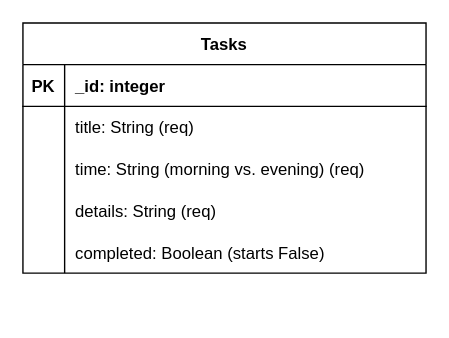
Above: ERD.drawio in emilyjryan/regulate-app (draw.io), before the change. Source tidied: cells renumbered, new cells numbered last; positions are measured from the earlier drawing's top-left corner, leaving out a move shared by most shapes. Both pictures are drawn from the tidied source at 139%, with x=0, y=0 at pixel (22, 22).
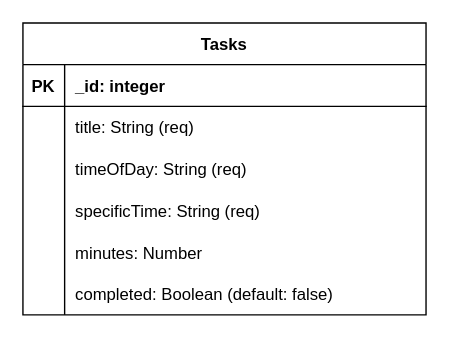
The same diagram, later.

The change refers to these unchanged cells:
```xml
<mxCell id="9" style="shape=tableRow;horizontal=0;startSize=0;swimlaneHead=0;swimlaneBody=0;fillColor=none;top=0;left=0;right=0;bottom=0;" parent="2" vertex="1">
  <mxGeometry y="90" width="290" height="30" as="geometry" />
</mxCell>
<mxCell id="12" style="shape=tableRow;horizontal=0;startSize=0;swimlaneHead=0;swimlaneBody=0;fillColor=none;top=0;left=0;right=0;bottom=0;" parent="2" vertex="1">
  <mxGeometry y="120" width="290" height="30" as="geometry" />
</mxCell>
```

The edit, as a diff of the source:
```diff
@@
     <mxCell id="2" value="Tasks" style="shape=table;startSize=30;childLayout=tableLayout;rowLines=0;fontStyle=1;align=center;" parent="1" vertex="1">
-      <mxGeometry width="290" height="180" as="geometry" />
+      <mxGeometry width="290" height="210" as="geometry" />
     </mxCell>
@@
-    <mxCell id="11" value="time: String (morning vs. evening) (req)" style="shape=partialRectangle;fillColor=none;top=0;left=0;bottom=0;right=0;align=left;spacingLeft=6;overflow=hidden;" parent="9" vertex="1">
+    <mxCell id="11" value="timeOfDay: String (req)" style="shape=partialRectangle;fillColor=none;top=0;left=0;bottom=0;right=0;align=left;spacingLeft=6;overflow=hidden;" parent="9" vertex="1">
       <mxGeometry x="30" width="260" height="30" as="geometry" />
     </mxCell>
@@
-    <mxCell id="14" value="details: String (req)" style="shape=partialRectangle;fillColor=none;top=0;left=0;bottom=0;right=0;align=left;spacingLeft=6;overflow=hidden;" parent="12" vertex="1">
+    <mxCell id="14" value="specificTime: String (req)" style="shape=partialRectangle;fillColor=none;top=0;left=0;bottom=0;right=0;align=left;spacingLeft=6;overflow=hidden;" parent="12" vertex="1">
       <mxGeometry x="30" width="260" height="30" as="geometry" />
     </mxCell>
+    <mxCell id="18" style="shape=tableRow;horizontal=0;startSize=0;swimlaneHead=0;swimlaneBody=0;fillColor=none;top=0;left=0;right=0;bottom=0;" parent="2" vertex="1">
+      <mxGeometry y="150" width="290" height="30" as="geometry" />
+    </mxCell>
+    <mxCell id="19" style="shape=partialRectangle;fillColor=none;top=0;left=0;bottom=0;right=0;overflow=hidden;" parent="18" vertex="1">
+      <mxGeometry width="30" height="30" as="geometry" />
+    </mxCell>
+    <mxCell id="20" value="minutes: Number " style="shape=partialRectangle;fillColor=none;top=0;left=0;bottom=0;right=0;align=left;spacingLeft=6;overflow=hidden;" parent="18" vertex="1">
+      <mxGeometry x="30" width="260" height="30" as="geometry" />
+    </mxCell>
     <mxCell id="15" style="shape=tableRow;horizontal=0;startSize=0;swimlaneHead=0;swimlaneBody=0;fillColor=none;top=0;left=0;right=0;bottom=0;" parent="2" vertex="1">
-      <mxGeometry y="150" width="290" height="30" as="geometry" />
+      <mxGeometry y="180" width="290" height="30" as="geometry" />
     </mxCell>
@@
-    <mxCell id="17" value="completed: Boolean (starts False)" style="shape=partialRectangle;fillColor=none;top=0;left=0;bottom=0;right=0;align=left;spacingLeft=6;overflow=hidden;" parent="15" vertex="1">
+    <mxCell id="17" value="completed: Boolean (default: false)" style="shape=partialRectangle;fillColor=none;top=0;left=0;bottom=0;right=0;align=left;spacingLeft=6;overflow=hidden;" parent="15" vertex="1">
       <mxGeometry x="30" width="260" height="30" as="geometry" />
     </mxCell>
```
